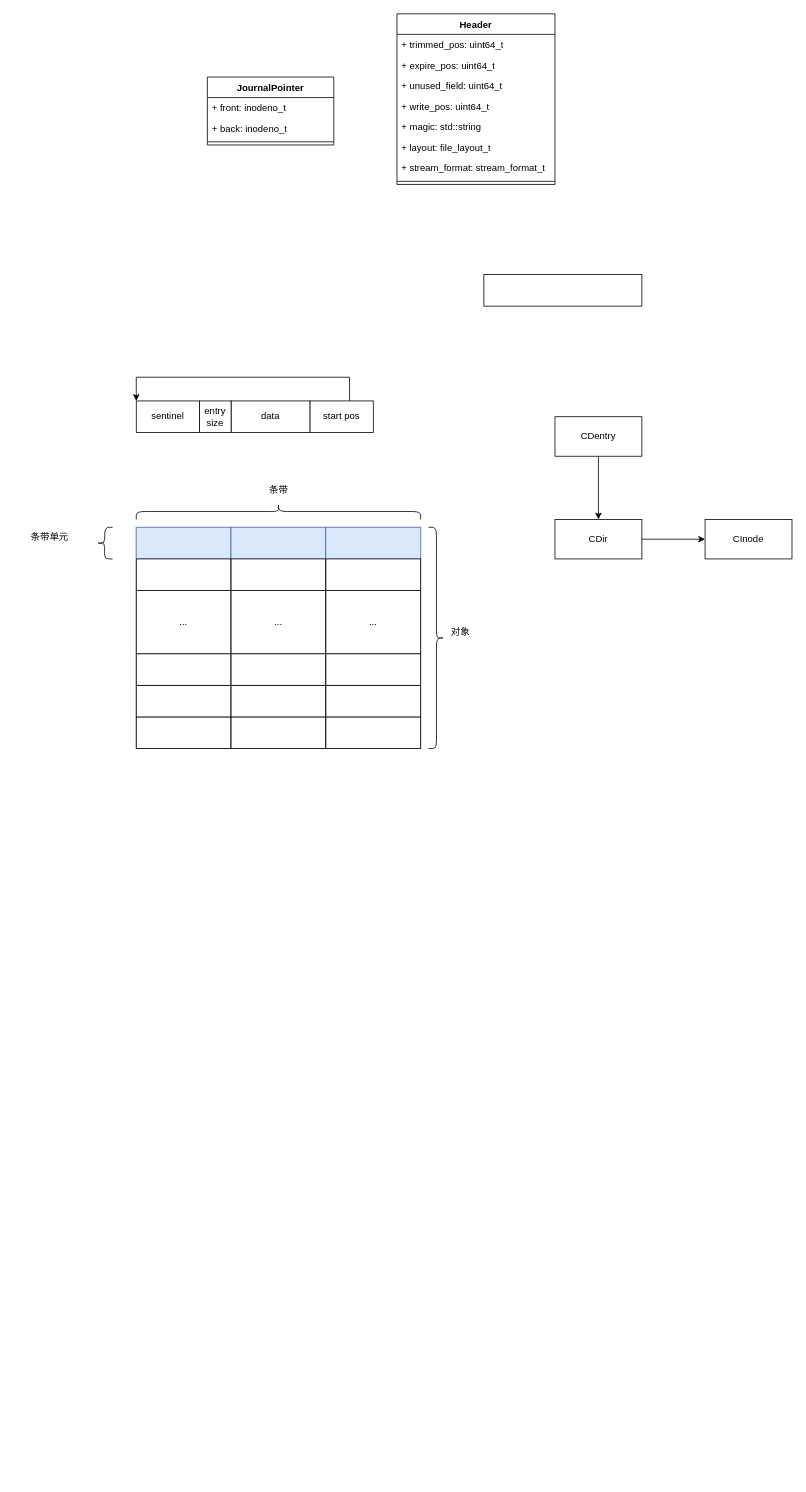
Before: mds.drawio in liutimo/liutimo.github.io, a draw.io diagram. Source tidied: cells renumbered, new cells numbered last; positions are measured from the earlier drawing's top-left corner, leaving out a move shared by most shapes. Both pictures are drawn from the tidied source at 79%, with x=0, y=0 at pixel (21, 13).
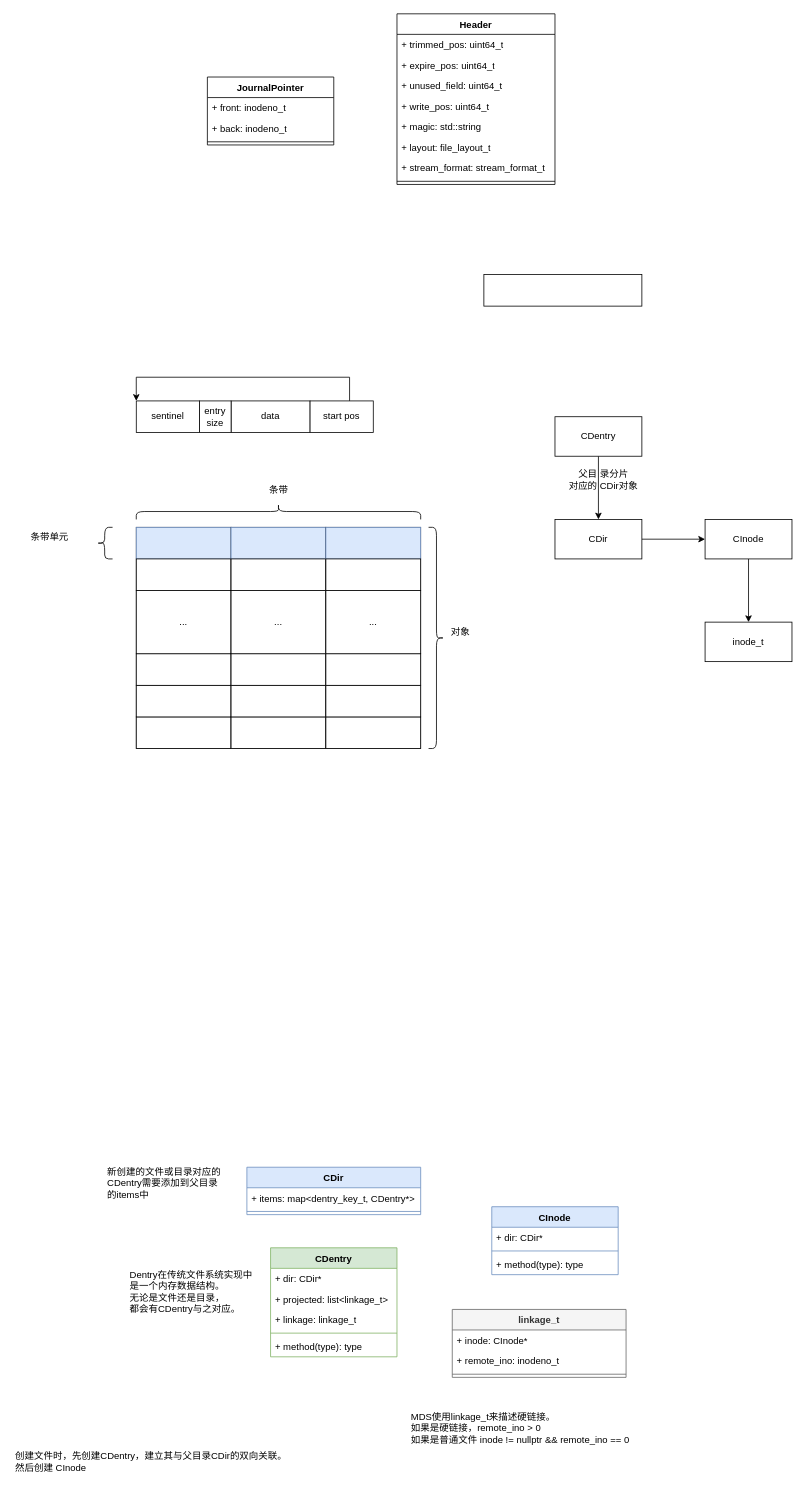
Above is the later version.

The change refers to these unchanged cells:
```xml
<mxCell id="52" value="CInode" style="html=1;whiteSpace=wrap;" parent="1" vertex="1">
  <mxGeometry x="865" y="640" width="110" height="50" as="geometry" />
</mxCell>
```

Diff of the diagram source:
```diff
@@
+    <mxCell id="53" style="edgeStyle=orthogonalEdgeStyle;rounded=0;jettySize=auto;html=1;" parent="1" edge="1" source="52" target="55">
+      <mxGeometry relative="1" as="geometry" />
+    </mxCell>
@@
+    <mxCell id="54" value="父目 录分片&lt;div&gt;对应的 CDir对象&lt;/div&gt;" style="text;html=1;align=center;verticalAlign=middle;strokeColor=none;fillColor=none;" parent="1" vertex="1">
+      <mxGeometry x="681" y="570" width="110" height="40" as="geometry" />
+    </mxCell>
+    <mxCell id="55" value="inode_t" style="html=1;whiteSpace=wrap;" parent="1" vertex="1">
+      <mxGeometry x="865" y="770" width="110" height="50" as="geometry" />
+    </mxCell>
+    <mxCell id="56" value="CDir" style="swimlane;fontStyle=1;align=center;verticalAlign=top;horizontal=1;startSize=26;whiteSpace=wrap;html=1;fillColor=#dae8fc;strokeColor=#6c8ebf;" parent="1" vertex="1">
+      <mxGeometry x="285" y="1460" width="220" height="60" as="geometry" />
+    </mxCell>
+    <mxCell id="57" value="+ items: map&amp;lt;dentry_key_t, CDentry*&amp;gt;" style="text;strokeColor=none;fillColor=none;align=left;verticalAlign=top;spacingLeft=4;spacingRight=4;overflow=hidden;whiteSpace=wrap;html=1;" parent="56" vertex="1">
+      <mxGeometry y="26" width="220" height="26" as="geometry" />
+    </mxCell>
+    <mxCell id="58" style="line;strokeWidth=1;fillColor=none;align=left;verticalAlign=middle;spacingTop=-1;spacingLeft=3;spacingRight=3;labelPosition=right;strokeColor=inherit;" parent="56" vertex="1">
+      <mxGeometry y="52" width="220" height="8" as="geometry" />
+    </mxCell>
+    <mxCell id="59" value="&lt;div style=&quot;text-align: left;&quot;&gt;&lt;span style=&quot;background-color: transparent;&quot;&gt;新创建的文件或目录对应的&lt;/span&gt;&lt;/div&gt;&lt;div style=&quot;text-align: left;&quot;&gt;&lt;span style=&quot;background-color: transparent;&quot;&gt;CDentry需要添加到父目录&lt;/span&gt;&lt;/div&gt;&lt;div style=&quot;text-align: left;&quot;&gt;&lt;span style=&quot;background-color: transparent;&quot;&gt;的items中&lt;/span&gt;&lt;/div&gt;" style="text;html=1;align=center;verticalAlign=middle;strokeColor=none;fillColor=none;" parent="1" vertex="1">
+      <mxGeometry x="95" y="1450" width="170" height="60" as="geometry" />
+    </mxCell>
+    <mxCell id="60" value="CDentry" style="swimlane;fontStyle=1;align=center;verticalAlign=top;horizontal=1;startSize=26;whiteSpace=wrap;html=1;fillColor=#d5e8d4;strokeColor=#82b366;" parent="1" vertex="1">
+      <mxGeometry x="315" y="1562" width="160" height="138" as="geometry" />
+    </mxCell>
+    <mxCell id="61" value="+ dir: CDir*" style="text;strokeColor=none;fillColor=none;align=left;verticalAlign=top;spacingLeft=4;spacingRight=4;overflow=hidden;whiteSpace=wrap;html=1;" parent="60" vertex="1">
+      <mxGeometry y="26" width="160" height="26" as="geometry" />
+    </mxCell>
+    <mxCell id="62" value="+ projected: list&amp;lt;linkage_t&amp;gt;" style="text;strokeColor=none;fillColor=none;align=left;verticalAlign=top;spacingLeft=4;spacingRight=4;overflow=hidden;whiteSpace=wrap;html=1;" parent="60" vertex="1">
+      <mxGeometry y="52" width="160" height="26" as="geometry" />
+    </mxCell>
+    <mxCell id="63" value="+ linkage: linkage_t" style="text;strokeColor=none;fillColor=none;align=left;verticalAlign=top;spacingLeft=4;spacingRight=4;overflow=hidden;whiteSpace=wrap;html=1;" parent="60" vertex="1">
+      <mxGeometry y="78" width="160" height="26" as="geometry" />
+    </mxCell>
+    <mxCell id="64" style="line;strokeWidth=1;fillColor=none;align=left;verticalAlign=middle;spacingTop=-1;spacingLeft=3;spacingRight=3;labelPosition=right;strokeColor=inherit;" parent="60" vertex="1">
+      <mxGeometry y="104" width="160" height="8" as="geometry" />
+    </mxCell>
+    <mxCell id="65" value="+ method(type): type" style="text;strokeColor=none;fillColor=none;align=left;verticalAlign=top;spacingLeft=4;spacingRight=4;overflow=hidden;whiteSpace=wrap;html=1;" parent="60" vertex="1">
+      <mxGeometry y="112" width="160" height="26" as="geometry" />
+    </mxCell>
+    <mxCell id="66" value="创建文件时，先创建CDentry，建立其与父目录CDir的双向关联。&lt;div&gt;然后创建 CInode&lt;/div&gt;" style="text;html=1;align=left;verticalAlign=middle;strokeColor=none;fillColor=none;" parent="1" vertex="1">
+      <mxGeometry x="-10" y="1813" width="370" height="40" as="geometry" />
+    </mxCell>
+    <mxCell id="67" value="CInode" style="swimlane;fontStyle=1;align=center;verticalAlign=top;horizontal=1;startSize=26;whiteSpace=wrap;html=1;fillColor=#dae8fc;strokeColor=#6c8ebf;" parent="1" vertex="1">
+      <mxGeometry x="595" y="1510" width="160" height="86" as="geometry" />
+    </mxCell>
+    <mxCell id="68" value="+ dir: CDir*" style="text;strokeColor=none;fillColor=none;align=left;verticalAlign=top;spacingLeft=4;spacingRight=4;overflow=hidden;whiteSpace=wrap;html=1;" parent="67" vertex="1">
+      <mxGeometry y="26" width="160" height="26" as="geometry" />
+    </mxCell>
+    <mxCell id="69" style="line;strokeWidth=1;fillColor=none;align=left;verticalAlign=middle;spacingTop=-1;spacingLeft=3;spacingRight=3;labelPosition=right;strokeColor=inherit;" parent="67" vertex="1">
+      <mxGeometry y="52" width="160" height="8" as="geometry" />
+    </mxCell>
+    <mxCell id="70" value="+ method(type): type" style="text;strokeColor=none;fillColor=none;align=left;verticalAlign=top;spacingLeft=4;spacingRight=4;overflow=hidden;whiteSpace=wrap;html=1;" parent="67" vertex="1">
+      <mxGeometry y="60" width="160" height="26" as="geometry" />
+    </mxCell>
+    <mxCell id="71" value="MDS使用linkage_t来描述硬链接。&lt;div&gt;如果是硬链接，remote_ino &amp;gt; 0&lt;/div&gt;&lt;div&gt;如果是普通文件 inode != nullptr &amp;amp;&amp;amp; remote_ino == 0&lt;/div&gt;" style="text;html=1;align=left;verticalAlign=middle;strokeColor=none;fillColor=none;" parent="1" vertex="1">
+      <mxGeometry x="491" y="1760" width="300" height="60" as="geometry" />
+    </mxCell>
+    <mxCell id="72" value="linkage_t" style="swimlane;fontStyle=1;align=center;verticalAlign=top;horizontal=1;startSize=26;whiteSpace=wrap;html=1;fillColor=#f5f5f5;fontColor=#333333;strokeColor=#666666;" parent="1" vertex="1">
+      <mxGeometry x="545" y="1640" width="220" height="86" as="geometry" />
+    </mxCell>
+    <mxCell id="73" value="+ inode: CInode*" style="text;strokeColor=none;fillColor=none;align=left;verticalAlign=top;spacingLeft=4;spacingRight=4;overflow=hidden;whiteSpace=wrap;html=1;" parent="72" vertex="1">
+      <mxGeometry y="26" width="220" height="26" as="geometry" />
+    </mxCell>
+    <mxCell id="74" value="+ remote_ino: inodeno_t" style="text;strokeColor=none;fillColor=none;align=left;verticalAlign=top;spacingLeft=4;spacingRight=4;overflow=hidden;whiteSpace=wrap;html=1;" parent="72" vertex="1">
+      <mxGeometry y="52" width="220" height="26" as="geometry" />
+    </mxCell>
+    <mxCell id="75" style="line;strokeWidth=1;fillColor=none;align=left;verticalAlign=middle;spacingTop=-1;spacingLeft=3;spacingRight=3;labelPosition=right;strokeColor=inherit;" parent="72" vertex="1">
+      <mxGeometry y="78" width="220" height="8" as="geometry" />
+    </mxCell>
+    <mxCell id="76" value="Dentry在传统文件系统实现中&lt;div&gt;是一个内存数据结构。&lt;/div&gt;&lt;div&gt;无论是文件还是目录，&lt;/div&gt;&lt;div&gt;都会有CDentry与之对应。&lt;span style=&quot;background-color: transparent;&quot;&gt;&amp;nbsp;&lt;/span&gt;&lt;/div&gt;" style="text;html=1;align=left;verticalAlign=middle;strokeColor=none;fillColor=none;" parent="1" vertex="1">
+      <mxGeometry x="135" y="1583" width="180" height="70" as="geometry" />
+    </mxCell>
```
